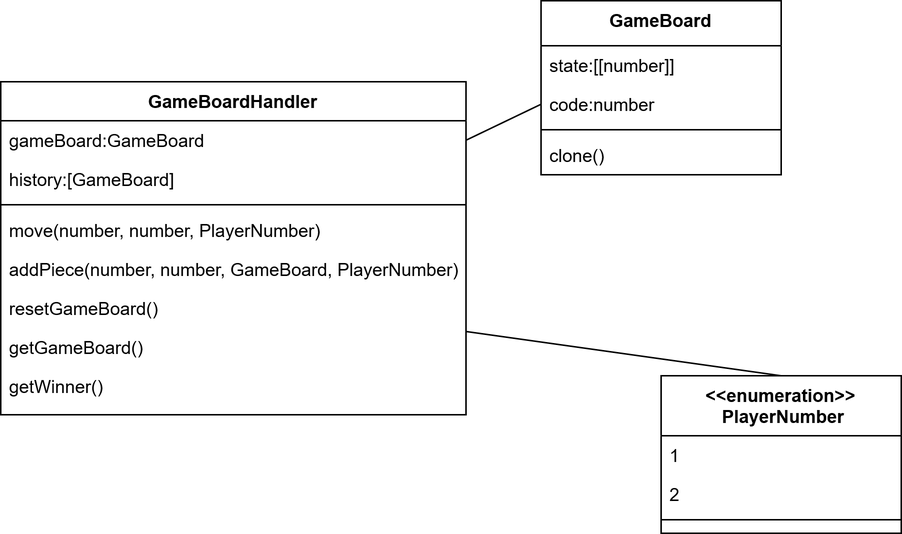
Before: ProductBacklog/Klassendiagramme/Aktuell.png, a diagram exported from draw.io (idlaviV/TIKTacToe). Source tidied: cells renumbered, new cells last; positions are measured from the earlier drawing's top-left corner, leaving out a move shared by most shapes. The source it was exported from:
```xml
<mxGraphModel>
  <root>
    <mxCell id="0" />
    <mxCell id="1" parent="0" />
    <mxCell id="2" value="GameBoard" style="swimlane;fontStyle=1;align=center;verticalAlign=top;horizontal=1;startSize=30;rounded=0;shadow=0;strokeWidth=1;" parent="1" vertex="1">
      <mxGeometry x="360" width="160" height="116" as="geometry" />
    </mxCell>
    <mxCell id="3" value="state:[[number]]" style="text;align=left;verticalAlign=top;spacingLeft=4;spacingRight=4;overflow=hidden;" parent="2" vertex="1">
      <mxGeometry y="30" width="160" height="26" as="geometry" />
    </mxCell>
    <mxCell id="4" value="code:number" style="text;align=left;verticalAlign=top;spacingLeft=4;spacingRight=4;overflow=hidden;points=[[0,0.5],[1,0.5]];portConstraint=eastwest;rounded=0;shadow=0;html=0;" parent="2" vertex="1">
      <mxGeometry y="56" width="160" height="26" as="geometry" />
    </mxCell>
    <mxCell id="5" style="line;html=1;strokeWidth=1;align=left;verticalAlign=middle;spacingTop=-1;spacingLeft=3;spacingRight=3;labelPosition=right;" parent="2" vertex="1">
      <mxGeometry y="82" width="160" height="8" as="geometry" />
    </mxCell>
    <mxCell id="6" value="clone()" style="text;align=left;verticalAlign=top;spacingLeft=4;spacingRight=4;overflow=hidden;fontStyle=0;" parent="2" vertex="1">
      <mxGeometry y="90" width="160" height="26" as="geometry" />
    </mxCell>
    <mxCell id="7" value="GameBoardHandler" style="swimlane;fontStyle=1;align=center;verticalAlign=top;horizontal=1;startSize=26;rounded=0;shadow=0;strokeWidth=1;" parent="1" vertex="1">
      <mxGeometry y="54" width="310" height="222" as="geometry" />
    </mxCell>
    <mxCell id="8" value="gameBoard:GameBoard" style="text;align=left;verticalAlign=top;spacingLeft=4;spacingRight=4;overflow=hidden;points=[[0,0.5],[1,0.5]];portConstraint=eastwest;" parent="7" vertex="1">
      <mxGeometry y="26" width="310" height="26" as="geometry" />
    </mxCell>
    <mxCell id="9" value="history:[GameBoard]" style="text;align=left;verticalAlign=top;spacingLeft=4;spacingRight=4;overflow=hidden;rounded=0;shadow=0;html=0;" parent="7" vertex="1">
      <mxGeometry y="52" width="310" height="26" as="geometry" />
    </mxCell>
    <mxCell id="10" style="line;html=1;strokeWidth=1;align=left;verticalAlign=middle;spacingTop=-1;spacingLeft=3;spacingRight=3;labelPosition=right;" parent="7" vertex="1">
      <mxGeometry y="78" width="310" height="8" as="geometry" />
    </mxCell>
    <mxCell id="11" value="move(number, number, PlayerNumber)" style="text;align=left;verticalAlign=top;spacingLeft=4;spacingRight=4;overflow=hidden;fontStyle=0;" parent="7" vertex="1">
      <mxGeometry y="86" width="310" height="26" as="geometry" />
    </mxCell>
    <mxCell id="12" value="addPiece(number, number, GameBoard, PlayerNumber)" style="text;strokeColor=none;fillColor=none;align=left;verticalAlign=top;spacingLeft=4;spacingRight=4;overflow=hidden;" parent="7" vertex="1">
      <mxGeometry y="112" width="310" height="26" as="geometry" />
    </mxCell>
    <mxCell id="13" value="resetGameBoard()" style="text;strokeColor=none;fillColor=none;align=left;verticalAlign=top;spacingLeft=4;spacingRight=4;overflow=hidden;" parent="7" vertex="1">
      <mxGeometry y="138" width="310" height="26" as="geometry" />
    </mxCell>
    <mxCell id="14" value="getGameBoard()" style="text;strokeColor=none;fillColor=none;align=left;verticalAlign=top;spacingLeft=4;spacingRight=4;overflow=hidden;" parent="7" vertex="1">
      <mxGeometry y="164" width="310" height="26" as="geometry" />
    </mxCell>
    <mxCell id="15" value="getWinner()" style="text;strokeColor=none;fillColor=none;align=left;verticalAlign=top;spacingLeft=4;spacingRight=4;overflow=hidden;" parent="7" vertex="1">
      <mxGeometry y="190" width="310" height="26" as="geometry" />
    </mxCell>
    <mxCell id="16" value="&lt;&lt;enumeration&gt;&gt;&#10; PlayerNumber" style="swimlane;fontStyle=1;align=center;verticalAlign=top;horizontal=1;startSize=40;rounded=0;shadow=0;strokeWidth=1;" parent="1" vertex="1">
      <mxGeometry x="440" y="250" width="160" height="105" as="geometry" />
    </mxCell>
    <mxCell id="17" value="1" style="text;align=left;verticalAlign=top;spacingLeft=4;spacingRight=4;overflow=hidden;" parent="16" vertex="1">
      <mxGeometry y="40" width="160" height="26" as="geometry" />
    </mxCell>
    <mxCell id="18" value="2" style="text;align=left;verticalAlign=top;spacingLeft=4;spacingRight=4;overflow=hidden;rounded=0;shadow=0;html=0;" parent="16" vertex="1">
      <mxGeometry y="66" width="160" height="26" as="geometry" />
    </mxCell>
    <mxCell id="19" style="line;html=1;strokeWidth=1;align=left;verticalAlign=middle;spacingTop=-1;spacingLeft=3;spacingRight=3;labelPosition=right;" parent="16" vertex="1">
      <mxGeometry y="92" width="160" height="8" as="geometry" />
    </mxCell>
    <mxCell id="20" style="endArrow=none;html=1;entryX=1;entryY=0.5;entryDx=0;entryDy=0;exitX=0;exitY=0.5;exitDx=0;exitDy=0;" parent="1" edge="1" source="4" target="8">
      <mxGeometry relative="1" as="geometry" />
    </mxCell>
    <mxCell id="21" style="endArrow=none;html=1;entryX=1;entryY=0.75;entryDx=0;entryDy=0;exitX=0.5;exitY=0;exitDx=0;exitDy=0;" parent="1" edge="1" source="16" target="7">
      <mxGeometry relative="1" as="geometry" />
    </mxCell>
  </root>
</mxGraphModel>
```
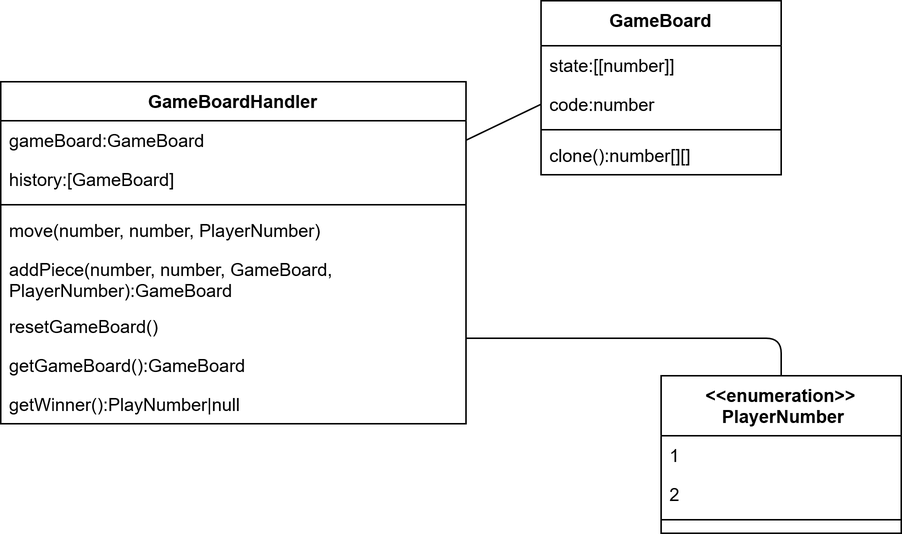
The same file after the commit.

Commit message:
Klassendiagramme in PBlog aktualisiert

The edit, as a diff of the source:
```diff
@@ -14,11 +14,11 @@
     <mxCell id="5" style="line;html=1;strokeWidth=1;align=left;verticalAlign=middle;spacingTop=-1;spacingLeft=3;spacingRight=3;labelPosition=right;" parent="2" vertex="1">
       <mxGeometry y="82" width="160" height="8" as="geometry" />
     </mxCell>
-    <mxCell id="6" value="clone()" style="text;align=left;verticalAlign=top;spacingLeft=4;spacingRight=4;overflow=hidden;fontStyle=0;" parent="2" vertex="1">
+    <mxCell id="6" value="clone():number[][]" style="text;align=left;verticalAlign=top;spacingLeft=4;spacingRight=4;overflow=hidden;fontStyle=0;" parent="2" vertex="1">
       <mxGeometry y="90" width="160" height="26" as="geometry" />
     </mxCell>
     <mxCell id="7" value="GameBoardHandler" style="swimlane;fontStyle=1;align=center;verticalAlign=top;horizontal=1;startSize=26;rounded=0;shadow=0;strokeWidth=1;" parent="1" vertex="1">
-      <mxGeometry y="54" width="310" height="222" as="geometry" />
+      <mxGeometry y="54" width="310" height="228" as="geometry" />
     </mxCell>
     <mxCell id="8" value="gameBoard:GameBoard" style="text;align=left;verticalAlign=top;spacingLeft=4;spacingRight=4;overflow=hidden;points=[[0,0.5],[1,0.5]];portConstraint=eastwest;" parent="7" vertex="1">
       <mxGeometry y="26" width="310" height="26" as="geometry" />
@@ -32,17 +32,17 @@
     <mxCell id="11" value="move(number, number, PlayerNumber)" style="text;align=left;verticalAlign=top;spacingLeft=4;spacingRight=4;overflow=hidden;fontStyle=0;" parent="7" vertex="1">
       <mxGeometry y="86" width="310" height="26" as="geometry" />
     </mxCell>
-    <mxCell id="12" value="addPiece(number, number, GameBoard, PlayerNumber)" style="text;strokeColor=none;fillColor=none;align=left;verticalAlign=top;spacingLeft=4;spacingRight=4;overflow=hidden;" parent="7" vertex="1">
-      <mxGeometry y="112" width="310" height="26" as="geometry" />
+    <mxCell id="12" value="addPiece(number, number, GameBoard, &#10;PlayerNumber):GameBoard" style="text;strokeColor=none;fillColor=none;align=left;verticalAlign=top;spacingLeft=4;spacingRight=4;overflow=hidden;" parent="7" vertex="1">
+      <mxGeometry y="112" width="310" height="38" as="geometry" />
     </mxCell>
     <mxCell id="13" value="resetGameBoard()" style="text;strokeColor=none;fillColor=none;align=left;verticalAlign=top;spacingLeft=4;spacingRight=4;overflow=hidden;" parent="7" vertex="1">
-      <mxGeometry y="138" width="310" height="26" as="geometry" />
+      <mxGeometry y="150" width="310" height="26" as="geometry" />
     </mxCell>
-    <mxCell id="14" value="getGameBoard()" style="text;strokeColor=none;fillColor=none;align=left;verticalAlign=top;spacingLeft=4;spacingRight=4;overflow=hidden;" parent="7" vertex="1">
-      <mxGeometry y="164" width="310" height="26" as="geometry" />
+    <mxCell id="14" value="getGameBoard():GameBoard" style="text;strokeColor=none;fillColor=none;align=left;verticalAlign=top;spacingLeft=4;spacingRight=4;overflow=hidden;" parent="7" vertex="1">
+      <mxGeometry y="176" width="310" height="26" as="geometry" />
     </mxCell>
-    <mxCell id="15" value="getWinner()" style="text;strokeColor=none;fillColor=none;align=left;verticalAlign=top;spacingLeft=4;spacingRight=4;overflow=hidden;" parent="7" vertex="1">
-      <mxGeometry y="190" width="310" height="26" as="geometry" />
+    <mxCell id="15" value="getWinner():PlayNumber|null" style="text;strokeColor=none;fillColor=none;align=left;verticalAlign=top;spacingLeft=4;spacingRight=4;overflow=hidden;" parent="7" vertex="1">
+      <mxGeometry y="202" width="310" height="26" as="geometry" />
     </mxCell>
     <mxCell id="16" value="&lt;&lt;enumeration&gt;&gt;&#10; PlayerNumber" style="swimlane;fontStyle=1;align=center;verticalAlign=top;horizontal=1;startSize=40;rounded=0;shadow=0;strokeWidth=1;" parent="1" vertex="1">
       <mxGeometry x="440" y="250" width="160" height="105" as="geometry" />
@@ -59,7 +59,7 @@
     <mxCell id="20" style="endArrow=none;html=1;entryX=1;entryY=0.5;entryDx=0;entryDy=0;exitX=0;exitY=0.5;exitDx=0;exitDy=0;" parent="1" edge="1" source="4" target="8">
       <mxGeometry relative="1" as="geometry" />
     </mxCell>
-    <mxCell id="21" style="endArrow=none;html=1;entryX=1;entryY=0.75;entryDx=0;entryDy=0;exitX=0.5;exitY=0;exitDx=0;exitDy=0;" parent="1" edge="1" source="16" target="7">
+    <mxCell id="21" style="endArrow=none;html=1;entryX=1;entryY=0.75;entryDx=0;entryDy=0;exitX=0.5;exitY=0;exitDx=0;exitDy=0;edgeStyle=orthogonalEdgeStyle;" parent="1" edge="1" source="16" target="7">
       <mxGeometry relative="1" as="geometry" />
     </mxCell>
   </root>
```
